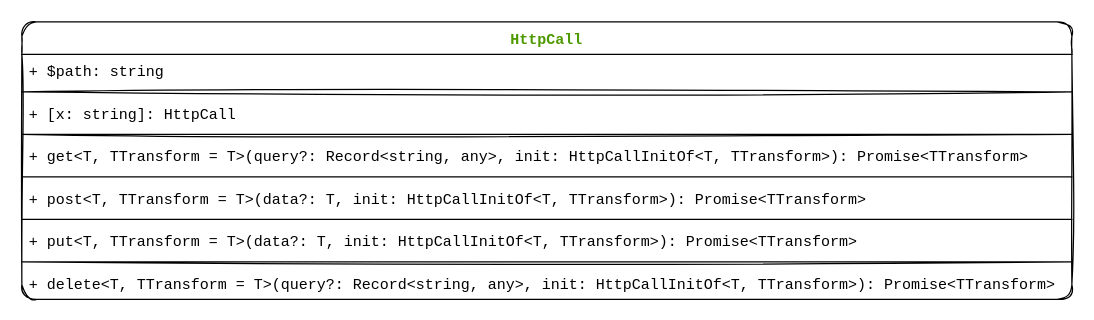
Before: Untitled Diagram.drawio in pedro-gilmora/dot-http, a draw.io diagram. Source tidied: cells renumbered, new cells numbered last; positions are measured from the earlier drawing's top-left corner, leaving out a move shared by most shapes. Both pictures are drawn from the tidied source at 125%, with x=0, y=0 at pixel (21, 21).
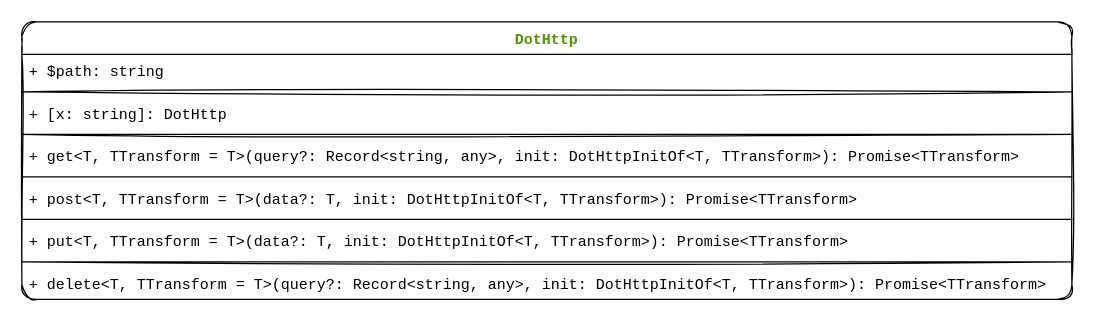
Above is the later version.

Commit message (it also covers changes not shown here):
- renamed package to DotHttp - ability to create from string

What changed in the source:
```diff
@@
 <mxGraphModel>
   <root>
     <mxCell id="0" />
     <mxCell id="1" parent="0" />
-    <mxCell id="2" value="HttpCall" style="swimlane;fontStyle=1;align=center;verticalAlign=top;horizontal=1;startSize=26;fontFamily=Courier New;fontColor=#4D9900;rounded=1;sketch=1;" parent="1" vertex="1">
+    <mxCell id="2" value="DotHttp" style="swimlane;fontStyle=1;align=center;verticalAlign=top;horizontal=1;startSize=26;fontFamily=Courier New;fontColor=#4D9900;rounded=1;sketch=1;" parent="1" vertex="1">
       <mxGeometry width="840" height="222" as="geometry" />
     </mxCell>
     <mxCell id="3" value="+ $path: string" style="text;strokeColor=none;fillColor=none;align=left;verticalAlign=top;spacingLeft=4;spacingRight=4;overflow=hidden;fontFamily=Courier New;rounded=1;sketch=1;" parent="2" vertex="1">
       <mxGeometry y="26" width="840" height="26" as="geometry" />
     </mxCell>
     <mxCell id="4" style="line;strokeWidth=1;fillColor=none;align=left;verticalAlign=middle;spacingTop=-1;spacingLeft=3;spacingRight=3;labelPosition=right;fontFamily=Courier New;rounded=1;sketch=1;" parent="2" vertex="1">
       <mxGeometry y="52" width="840" height="8" as="geometry" />
     </mxCell>
-    <mxCell id="5" value="+ [x: string]: HttpCall" style="text;strokeColor=none;fillColor=none;align=left;verticalAlign=top;spacingLeft=4;spacingRight=4;overflow=hidden;fontFamily=Courier New;rounded=1;sketch=1;" parent="2" vertex="1">
+    <mxCell id="5" value="+ [x: string]: DotHttp" style="text;strokeColor=none;fillColor=none;align=left;verticalAlign=top;spacingLeft=4;spacingRight=4;overflow=hidden;fontFamily=Courier New;rounded=1;sketch=1;" parent="2" vertex="1">
       <mxGeometry y="60" width="840" height="26" as="geometry" />
     </mxCell>
     <mxCell id="6" style="line;strokeWidth=1;fillColor=none;align=left;verticalAlign=middle;spacingTop=-1;spacingLeft=3;spacingRight=3;labelPosition=right;fontFamily=Courier New;rounded=1;sketch=1;" parent="2" vertex="1">
       <mxGeometry y="86" width="840" height="8" as="geometry" />
     </mxCell>
-    <mxCell id="7" value="+ get&lt;T, TTransform = T&gt;(query?: Record&lt;string, any&gt;, init: HttpCallInitOf&lt;T, TTransform&gt;): Promise&lt;TTransform&gt;" style="text;strokeColor=none;fillColor=none;align=left;verticalAlign=top;spacingLeft=4;spacingRight=4;overflow=hidden;fontFamily=Courier New;rounded=1;sketch=1;" parent="2" vertex="1">
+    <mxCell id="7" value="+ get&lt;T, TTransform = T&gt;(query?: Record&lt;string, any&gt;, init: DotHttpInitOf&lt;T, TTransform&gt;): Promise&lt;TTransform&gt;" style="text;strokeColor=none;fillColor=none;align=left;verticalAlign=top;spacingLeft=4;spacingRight=4;overflow=hidden;fontFamily=Courier New;rounded=1;sketch=1;" parent="2" vertex="1">
       <mxGeometry y="94" width="840" height="26" as="geometry" />
     </mxCell>
     <mxCell id="8" style="line;strokeWidth=1;fillColor=none;align=left;verticalAlign=middle;spacingTop=-1;spacingLeft=3;spacingRight=3;labelPosition=right;fontFamily=Courier New;rounded=1;sketch=1;" parent="2" vertex="1">
       <mxGeometry y="120" width="840" height="8" as="geometry" />
     </mxCell>
-    <mxCell id="9" value="+ post&lt;T, TTransform = T&gt;(data?: T, init: HttpCallInitOf&lt;T, TTransform&gt;): Promise&lt;TTransform&gt;" style="text;strokeColor=none;fillColor=none;align=left;verticalAlign=top;spacingLeft=4;spacingRight=4;overflow=hidden;fontFamily=Courier New;rounded=1;sketch=1;" parent="2" vertex="1">
+    <mxCell id="9" value="+ post&lt;T, TTransform = T&gt;(data?: T, init: DotHttpInitOf&lt;T, TTransform&gt;): Promise&lt;TTransform&gt;" style="text;strokeColor=none;fillColor=none;align=left;verticalAlign=top;spacingLeft=4;spacingRight=4;overflow=hidden;fontFamily=Courier New;rounded=1;sketch=1;" parent="2" vertex="1">
       <mxGeometry y="128" width="840" height="26" as="geometry" />
     </mxCell>
     <mxCell id="10" style="line;strokeWidth=1;fillColor=none;align=left;verticalAlign=middle;spacingTop=-1;spacingLeft=3;spacingRight=3;labelPosition=right;fontFamily=Courier New;rounded=1;sketch=1;" parent="2" vertex="1">
       <mxGeometry y="154" width="840" height="8" as="geometry" />
     </mxCell>
-    <mxCell id="11" value="+ put&lt;T, TTransform = T&gt;(data?: T, init: HttpCallInitOf&lt;T, TTransform&gt;): Promise&lt;TTransform&gt;" style="text;strokeColor=none;fillColor=none;align=left;verticalAlign=top;spacingLeft=4;spacingRight=4;overflow=hidden;fontFamily=Courier New;rounded=1;sketch=1;" parent="2" vertex="1">
+    <mxCell id="11" value="+ put&lt;T, TTransform = T&gt;(data?: T, init: DotHttpInitOf&lt;T, TTransform&gt;): Promise&lt;TTransform&gt;" style="text;strokeColor=none;fillColor=none;align=left;verticalAlign=top;spacingLeft=4;spacingRight=4;overflow=hidden;fontFamily=Courier New;rounded=1;sketch=1;" parent="2" vertex="1">
       <mxGeometry y="162" width="840" height="26" as="geometry" />
     </mxCell>
     <mxCell id="12" style="line;strokeWidth=1;fillColor=none;align=left;verticalAlign=middle;spacingTop=-1;spacingLeft=3;spacingRight=3;labelPosition=right;fontFamily=Courier New;rounded=1;sketch=1;" parent="2" vertex="1">
       <mxGeometry y="188" width="840" height="8" as="geometry" />
     </mxCell>
-    <mxCell id="13" value="+ delete&lt;T, TTransform = T&gt;(query?: Record&lt;string, any&gt;, init: HttpCallInitOf&lt;T, TTransform&gt;): Promise&lt;TTransform&gt;" style="text;strokeColor=none;fillColor=none;align=left;verticalAlign=top;spacingLeft=4;spacingRight=4;overflow=hidden;fontFamily=Courier New;rounded=1;sketch=1;" parent="2" vertex="1">
+    <mxCell id="13" value="+ delete&lt;T, TTransform = T&gt;(query?: Record&lt;string, any&gt;, init: DotHttpInitOf&lt;T, TTransform&gt;): Promise&lt;TTransform&gt;" style="text;strokeColor=none;fillColor=none;align=left;verticalAlign=top;spacingLeft=4;spacingRight=4;overflow=hidden;fontFamily=Courier New;rounded=1;sketch=1;" parent="2" vertex="1">
       <mxGeometry y="196" width="840" height="26" as="geometry" />
     </mxCell>
   </root>
 </mxGraphModel>
```
